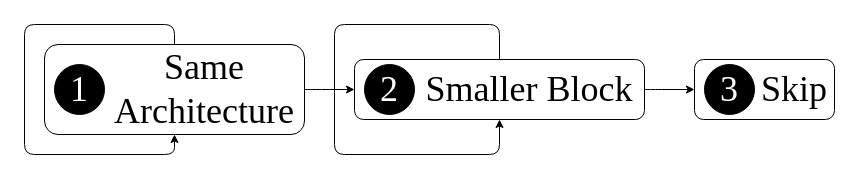
BDHU/blockllm-diagram keeps this draw.io diagram as blockLLM_workflow.drawio. Above is the earlier version. Source tidied: cells renumbered, new cells numbered last; positions are measured from the earlier drawing's top-left corner, leaving out a move shared by most shapes. Both pictures are drawn from the tidied source at 100%, with x=0, y=0 at pixel (24, 24).
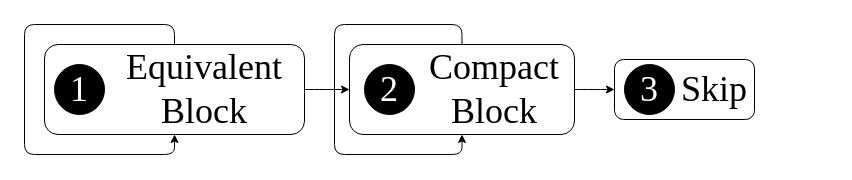
The same page after the edit.

What changed in the source:
```diff
@@
 <mxGraphModel>
   <root>
     <mxCell id="0" />
     <mxCell id="1" parent="0" />
     <mxCell id="2" value="&lt;font style=&quot;font-size: 36px; color: rgb(255, 255, 255);&quot; face=&quot;Times New Roman&quot;&gt;1&lt;/font&gt;" style="ellipse;whiteSpace=wrap;html=1;fillColor=#000000;" parent="1" vertex="1">
       <mxGeometry x="30" y="40" width="50" height="50" as="geometry" />
     </mxCell>
-    <mxCell id="3" value="&lt;font style=&quot;font-size: 36px;&quot; face=&quot;Times New Roman&quot;&gt;Same Architecture&lt;br&gt;&lt;/font&gt;" style="text;html=1;align=center;verticalAlign=middle;whiteSpace=wrap;rounded=0;" parent="1" vertex="1">
+    <mxCell id="3" value="&lt;font face=&quot;Times New Roman&quot; style=&quot;font-size: 36px;&quot;&gt;Equivalent Block&lt;br&gt;&lt;/font&gt;" style="text;html=1;align=center;verticalAlign=middle;whiteSpace=wrap;rounded=0;" parent="1" vertex="1">
       <mxGeometry x="90" y="50" width="180" height="30" as="geometry" />
     </mxCell>
     <mxCell id="4" value="&lt;font style=&quot;font-size: 36px; color: rgb(255, 255, 255);&quot; face=&quot;Times New Roman&quot;&gt;2&lt;/font&gt;" style="ellipse;whiteSpace=wrap;html=1;fillColor=#000000;" parent="1" vertex="1">
       <mxGeometry x="340" y="40" width="50" height="50" as="geometry" />
     </mxCell>
-    <mxCell id="5" value="&lt;font style=&quot;font-size: 36px;&quot; face=&quot;Times New Roman&quot;&gt;Smaller Block&lt;/font&gt;" style="text;html=1;align=center;verticalAlign=middle;whiteSpace=wrap;rounded=0;" parent="1" vertex="1">
-      <mxGeometry x="400" y="50" width="210" height="30" as="geometry" />
+    <mxCell id="5" value="&lt;font style=&quot;font-size: 36px;&quot; face=&quot;Times New Roman&quot;&gt;Compact Block&lt;/font&gt;" style="text;html=1;align=center;verticalAlign=middle;whiteSpace=wrap;rounded=0;" parent="1" vertex="1">
+      <mxGeometry x="400" y="50" width="140" height="30" as="geometry" />
     </mxCell>
     <mxCell id="6" value="&lt;font style=&quot;font-size: 36px; color: rgb(255, 255, 255);&quot; face=&quot;Times New Roman&quot;&gt;3&lt;/font&gt;" style="ellipse;whiteSpace=wrap;html=1;fillColor=#000000;" parent="1" vertex="1">
-      <mxGeometry x="680" y="40" width="50" height="50" as="geometry" />
+      <mxGeometry x="600" y="40" width="50" height="50" as="geometry" />
     </mxCell>
     <mxCell id="7" value="&lt;font style=&quot;font-size: 36px;&quot; face=&quot;Times New Roman&quot;&gt;Skip&lt;/font&gt;" style="text;html=1;align=center;verticalAlign=middle;whiteSpace=wrap;rounded=0;" parent="1" vertex="1">
-      <mxGeometry x="740" y="50" width="60" height="30" as="geometry" />
+      <mxGeometry x="660" y="50" width="60" height="30" as="geometry" />
     </mxCell>
     <mxCell id="8" style="edgeStyle=orthogonalEdgeStyle;curved=1;rounded=0;jettySize=auto;html=1;exitX=1;exitY=0.5;exitDx=0;exitDy=0;entryX=0;entryY=0.5;entryDx=0;entryDy=0;strokeWidth=1;" parent="1" edge="1" source="9" target="11">
       <mxGeometry relative="1" as="geometry" />
     </mxCell>
     <mxCell id="9" style="rounded=1;whiteSpace=wrap;html=1;fillColor=none;" parent="1" vertex="1">
       <mxGeometry x="20" y="20" width="260" height="90" as="geometry" />
     </mxCell>
     <mxCell id="10" style="edgeStyle=orthogonalEdgeStyle;curved=1;rounded=0;jettySize=auto;html=1;exitX=1;exitY=0.5;exitDx=0;exitDy=0;entryX=0;entryY=0.5;entryDx=0;entryDy=0;strokeWidth=1;" parent="1" edge="1" source="11" target="12">
       <mxGeometry relative="1" as="geometry" />
     </mxCell>
     <mxCell id="11" style="rounded=1;whiteSpace=wrap;html=1;fillColor=none;" parent="1" vertex="1">
-      <mxGeometry x="330" y="35" width="290" height="60" as="geometry" />
+      <mxGeometry x="325" y="20" width="225" height="90" as="geometry" />
     </mxCell>
     <mxCell id="12" style="rounded=1;whiteSpace=wrap;html=1;fillColor=none;" parent="1" vertex="1">
-      <mxGeometry x="670" y="35" width="140" height="60" as="geometry" />
+      <mxGeometry x="590" y="35" width="140" height="60" as="geometry" />
     </mxCell>
     <mxCell id="13" style="edgeStyle=orthogonalEdgeStyle;rounded=1;orthogonalLoop=1;jettySize=auto;html=1;exitX=0.5;exitY=0;exitDx=0;exitDy=0;entryX=0.5;entryY=1;entryDx=0;entryDy=0;curved=0;" parent="1" edge="1" source="9" target="9">
       <mxGeometry relative="1" as="geometry">
         <Array as="points">
           <mxPoint x="150" />
           <mxPoint />
           <mxPoint y="130" />
           <mxPoint x="150" y="130" />
         </Array>
       </mxGeometry>
     </mxCell>
     <mxCell id="14" style="edgeStyle=orthogonalEdgeStyle;rounded=1;orthogonalLoop=1;jettySize=auto;html=1;exitX=0.5;exitY=0;exitDx=0;exitDy=0;entryX=0.5;entryY=1;entryDx=0;entryDy=0;curved=0;" parent="1" edge="1" source="11" target="11">
       <mxGeometry relative="1" as="geometry">
         <Array as="points">
-          <mxPoint x="475" />
+          <mxPoint x="438" />
           <mxPoint x="310" />
           <mxPoint x="310" y="130" />
-          <mxPoint x="475" y="130" />
+          <mxPoint x="438" y="130" />
         </Array>
       </mxGeometry>
     </mxCell>
   </root>
 </mxGraphModel>
```
